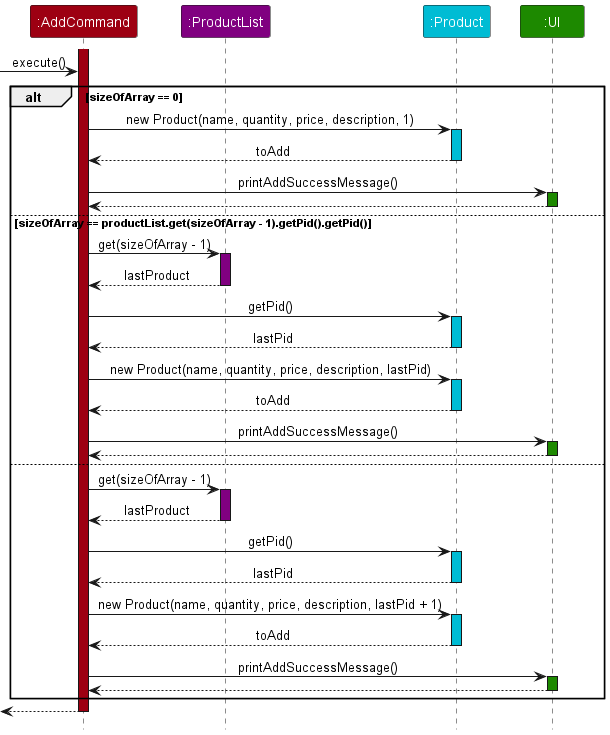
Earlier version of the PlantUML export docs/images/AddCommandExecuteSequenceDiagram.png (leongxingyu/tp). Its diagram source:
```plantuml
@startuml
!include style.puml
skinparam ArrowFontStyle plain

Participant ":AddCommand" as command COMMANDS_COLOR
Participant ":ProductList" as productlist PRODUCTLIST_COLOR
Participant ":Product" as product PRODUCT_COLOR
Participant ":UI" as ui UI_COLOR


activate command COMMANDS_COLOR
-> command : execute()


 alt sizeOfArray == 0
     command -> product: new Product(name, quantity, price, description, 1)
     activate product PRODUCT_COLOR
     product --> command: toAdd
     deactivate product PRODUCT_COLOR
     command -> ui : printAddSuccessMessage()
     activate ui UI_COLOR
     command <-- ui
     deactivate ui

 else sizeOfArray == productList.get(sizeOfArray - 1).getPid().getPid()
     command -> productlist: get(sizeOfArray - 1)
     activate productlist PRODUCTLIST_COLOR
     productlist --> command: lastProduct
     deactivate productlist

     command -> product: getPid()
     activate product PRODUCT_COLOR
     product --> command: lastPid
     deactivate product

     command -> product: new Product(name, quantity, price, description, lastPid)
     activate product PRODUCT_COLOR
     product --> command: toAdd
     deactivate product
     command -> ui : printAddSuccessMessage()
     activate ui UI_COLOR
     command <-- ui
     deactivate ui

 else
     command -> productlist: get(sizeOfArray - 1)
     activate productlist PRODUCTLIST_COLOR
     productlist --> command: lastProduct
     deactivate productlist

     command -> product: getPid()
     activate product PRODUCT_COLOR
     product --> command: lastPid
     deactivate product

     command -> product: new Product(name, quantity, price, description, lastPid + 1)
     activate product PRODUCT_COLOR
     product --> command: toAdd
     deactivate product
     command -> ui : printAddSuccessMessage()
     activate ui UI_COLOR
     command <-- ui
     deactivate ui
 end



<-- command
deactivate command

@enduml
```
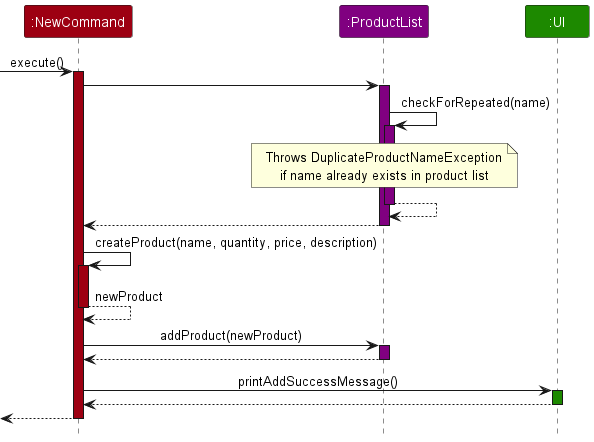
After the commit.

The edit, as a diff of the source:
```diff
@@ -2,67 +2,49 @@
 !include style.puml
 skinparam ArrowFontStyle plain
 
-Participant ":AddCommand" as command COMMANDS_COLOR
+Participant ":NewCommand" as command COMMANDS_COLOR
 Participant ":ProductList" as productlist PRODUCTLIST_COLOR
-Participant ":Product" as product PRODUCT_COLOR
 Participant ":UI" as ui UI_COLOR
 
+-> command : execute()
+activate command COMMANDS_COLOR
 
-activate command COMMANDS_COLOR
--> command : execute()
+command -> productlist
+activate productlist PRODUCTLIST_COLOR
 
 
- alt sizeOfArray == 0
-     command -> product: new Product(name, quantity, price, description, 1)
-     activate product PRODUCT_COLOR
-     product --> command: toAdd
-     deactivate product PRODUCT_COLOR
-     command -> ui : printAddSuccessMessage()
-     activate ui UI_COLOR
-     command <-- ui
-     deactivate ui
+productlist -> productlist : checkForRepeated(name)
+activate productlist PRODUCTLIST_COLOR
 
- else sizeOfArray == productList.get(sizeOfArray - 1).getPid().getPid()
-     command -> productlist: get(sizeOfArray - 1)
-     activate productlist PRODUCTLIST_COLOR
-     productlist --> command: lastProduct
-     deactivate productlist
+note over productlist
+     Throws DuplicateProductNameException
+     if name already exists in product list
+end note
 
-     command -> product: getPid()
-     activate product PRODUCT_COLOR
-     product --> command: lastPid
-     deactivate product
+productlist --> productlist
+deactivate productlist
 
-     command -> product: new Product(name, quantity, price, description, lastPid)
-     activate product PRODUCT_COLOR
-     product --> command: toAdd
-     deactivate product
-     command -> ui : printAddSuccessMessage()
-     activate ui UI_COLOR
-     command <-- ui
-     deactivate ui
+command <-- productlist
+deactivate productlist
 
- else
-     command -> productlist: get(sizeOfArray - 1)
-     activate productlist PRODUCTLIST_COLOR
-     productlist --> command: lastProduct
-     deactivate productlist
+ command -> command : createProduct(name, quantity, price, description)
+ activate command COMMANDS_COLOR
 
-     command -> product: getPid()
-     activate product PRODUCT_COLOR
-     product --> command: lastPid
-     deactivate product
+ command --> command : newProduct
+ deactivate command COMMANDS_COLOR
 
-     command -> product: new Product(name, quantity, price, description, lastPid + 1)
-     activate product PRODUCT_COLOR
-     product --> command: toAdd
-     deactivate product
-     command -> ui : printAddSuccessMessage()
-     activate ui UI_COLOR
-     command <-- ui
-     deactivate ui
- end
 
+ command -> productlist : addProduct(newProduct)
+ activate productlist PRODUCTLIST_COLOR
+
+
+ command <-- productlist
+ deactivate productlist
+
+ command -> ui : printAddSuccessMessage()
+ activate ui UI_COLOR
+ command <-- ui
+ deactivate ui
 
 
 <-- command
```
